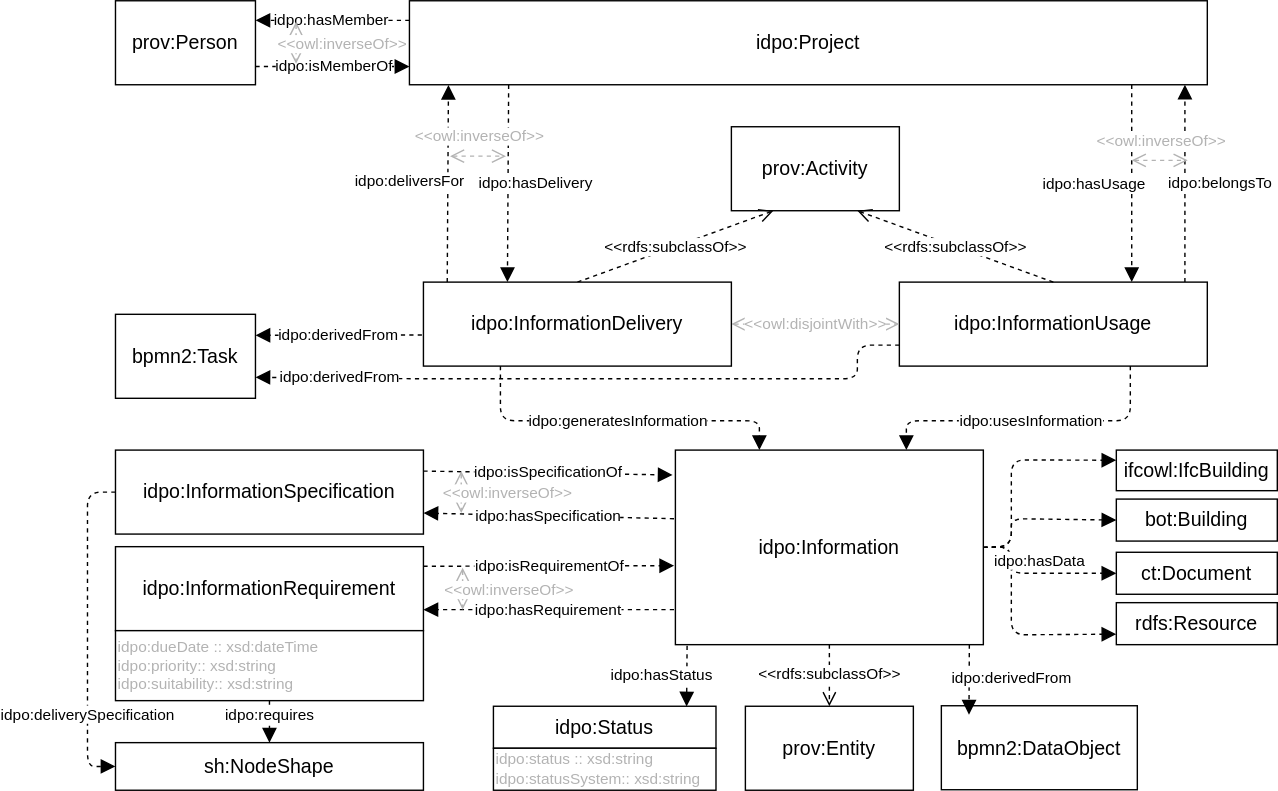
The draw.io diagram idpo.svg in RUB-Informatik-im-Bauwesen/idpo, before a commit. Source tidied: cells renumbered, new cells last; positions are measured from the earlier drawing's top-left corner, leaving out a move shared by most shapes. Source of this version:
```xml
<mxGraphModel>
  <root>
    <mxCell id="0" />
    <mxCell id="1" parent="0" />
    <mxCell id="2" value="idpo:Project" style="rounded=0;whiteSpace=wrap;html=1;fontSize=14;" parent="1" vertex="1">
      <mxGeometry x="230" width="570" height="60" as="geometry" />
    </mxCell>
    <mxCell id="3" value="idpo:Information" style="rounded=0;whiteSpace=wrap;html=1;fontSize=14;" parent="1" vertex="1">
      <mxGeometry x="420" y="321" width="220" height="139" as="geometry" />
    </mxCell>
    <mxCell id="4" value="idpo:InformationUsage" style="rounded=0;whiteSpace=wrap;html=1;fontSize=14;" parent="1" vertex="1">
      <mxGeometry x="580" y="201" width="220" height="60" as="geometry" />
    </mxCell>
    <mxCell id="5" value="idpo:InformationRequirement" style="rounded=0;whiteSpace=wrap;html=1;fontSize=14;" parent="1" vertex="1">
      <mxGeometry x="20" y="390" width="220" height="60" as="geometry" />
    </mxCell>
    <mxCell id="6" value="idpo:InformationSpecification" style="rounded=0;whiteSpace=wrap;html=1;fontSize=14;" parent="1" vertex="1">
      <mxGeometry x="20" y="321" width="220" height="60" as="geometry" />
    </mxCell>
    <mxCell id="7" value="prov:Entity" style="rounded=0;whiteSpace=wrap;html=1;fontSize=14;" parent="1" vertex="1">
      <mxGeometry x="470" y="504" width="120" height="60" as="geometry" />
    </mxCell>
    <mxCell id="8" value="prov:Activity" style="rounded=0;whiteSpace=wrap;html=1;fontSize=14;" parent="1" vertex="1">
      <mxGeometry x="460" y="90" width="120" height="60" as="geometry" />
    </mxCell>
    <mxCell id="9" value="&amp;lt;&amp;lt;rdfs:subclassOf&amp;gt;&amp;gt;" style="endArrow=open;endSize=8;endFill=0;html=1;entryX=0.25;entryY=1;entryDx=0;entryDy=0;exitX=0.5;exitY=0;exitDx=0;exitDy=0;dashed=1;" parent="1" edge="1" source="25" target="8">
      <mxGeometry relative="1" as="geometry" />
    </mxCell>
    <mxCell id="10" value="&amp;lt;&amp;lt;rdfs:subclassOf&amp;gt;&amp;gt;" style="endArrow=open;endSize=8;endFill=0;html=1;entryX=0.75;entryY=1;entryDx=0;entryDy=0;exitX=0.5;exitY=0;exitDx=0;exitDy=0;dashed=1;" parent="1" edge="1" source="4" target="8">
      <mxGeometry relative="1" as="geometry" />
    </mxCell>
    <mxCell id="11" value="&amp;lt;&amp;lt;owl:disjointWith&amp;gt;&amp;gt;" style="endArrow=open;endSize=8;endFill=0;html=1;exitX=1;exitY=0.5;exitDx=0;exitDy=0;dashed=1;startArrow=open;startFill=0;startSize=8;fontColor=#B3B3B3;strokeColor=#B3B3B3;" parent="1" edge="1" source="25" target="4">
      <mxGeometry relative="1" as="geometry" />
    </mxCell>
    <mxCell id="12" value="&amp;lt;&amp;lt;rdfs:subclassOf&amp;gt;&amp;gt;" style="endArrow=open;endSize=8;endFill=0;html=1;dashed=1;entryX=0.5;entryY=0;entryDx=0;entryDy=0;exitX=0.5;exitY=1;exitDx=0;exitDy=0;" parent="1" edge="1" source="3" target="7">
      <mxGeometry relative="1" as="geometry" />
    </mxCell>
    <mxCell id="13" value="idpo:deliversFor" style="endArrow=block;endSize=8;endFill=1;html=1;entryX=0.108;entryY=1.002;entryDx=0;entryDy=0;dashed=1;exitX=0.25;exitY=0;exitDx=0;exitDy=0;entryPerimeter=0;" parent="1" edge="1">
      <mxGeometry x="0.01" y="27" relative="1" as="geometry">
        <mxPoint x="257" y="201" as="sourcePoint" />
        <mxPoint x="257.9" y="60.1" as="targetPoint" />
      </mxGeometry>
    </mxCell>
    <mxCell id="14" value="idpo:generatesInformation" style="endArrow=block;endSize=8;endFill=1;html=1;dashed=1;exitX=0.25;exitY=1;exitDx=0;exitDy=0;" parent="1" edge="1" source="25">
      <mxGeometry relative="1" as="geometry">
        <mxPoint x="480" y="321" as="targetPoint" />
        <Array as="points">
          <mxPoint x="295" y="300" />
          <mxPoint x="480" y="300" />
        </Array>
      </mxGeometry>
    </mxCell>
    <mxCell id="15" value="idpo:usesInformation" style="endArrow=block;endSize=8;endFill=1;html=1;dashed=1;exitX=0.75;exitY=1;exitDx=0;exitDy=0;entryX=0.75;entryY=0;entryDx=0;entryDy=0;" parent="1" edge="1" source="4" target="3">
      <mxGeometry relative="1" as="geometry">
        <Array as="points">
          <mxPoint x="745" y="300" />
          <mxPoint x="585" y="300" />
        </Array>
      </mxGeometry>
    </mxCell>
    <mxCell id="16" value="idpo:hasSpecification" style="endArrow=block;endSize=8;endFill=1;html=1;entryX=1;entryY=0.75;entryDx=0;entryDy=0;dashed=1;" parent="1" edge="1" target="6">
      <mxGeometry relative="1" as="geometry">
        <mxPoint x="419" y="370" as="sourcePoint" />
      </mxGeometry>
    </mxCell>
    <mxCell id="17" value="idpo:hasRequirement" style="endArrow=block;endSize=8;endFill=1;html=1;entryX=1;entryY=0.75;entryDx=0;entryDy=0;dashed=1;" parent="1" edge="1">
      <mxGeometry relative="1" as="geometry">
        <mxPoint x="419" y="435" as="sourcePoint" />
        <mxPoint x="240" y="435" as="targetPoint" />
      </mxGeometry>
    </mxCell>
    <mxCell id="18" value="idpo:isSpecificationOf" style="endArrow=block;endSize=8;endFill=1;html=1;entryX=-0.009;entryY=0.128;entryDx=0;entryDy=0;dashed=1;exitX=1;exitY=0.25;exitDx=0;exitDy=0;entryPerimeter=0;" parent="1" edge="1" source="6" target="3">
      <mxGeometry relative="1" as="geometry" />
    </mxCell>
    <mxCell id="19" value="idpo:isRequirementOf" style="endArrow=block;endSize=8;endFill=1;html=1;entryX=-0.004;entryY=0.594;entryDx=0;entryDy=0;dashed=1;entryPerimeter=0;" parent="1" edge="1" target="3">
      <mxGeometry relative="1" as="geometry">
        <mxPoint x="240" y="404" as="sourcePoint" />
      </mxGeometry>
    </mxCell>
    <mxCell id="20" value="&amp;lt;&amp;lt;owl:inverseOf&amp;gt;&amp;gt;" style="endArrow=open;endSize=8;endFill=0;html=1;dashed=1;startArrow=open;startFill=0;startSize=8;fillColor=#f5f5f5;strokeColor=#B3B3B3;fontColor=#B3B3B3;" parent="1" edge="1">
      <mxGeometry y="33" relative="1" as="geometry">
        <mxPoint x="267" y="336" as="sourcePoint" />
        <mxPoint x="267" y="366" as="targetPoint" />
      </mxGeometry>
    </mxCell>
    <mxCell id="21" value="idpo:belongsTo" style="endArrow=block;endSize=8;endFill=1;html=1;dashed=1;exitX=0.75;exitY=0;exitDx=0;exitDy=0;" parent="1" edge="1">
      <mxGeometry x="0.01" y="-25" relative="1" as="geometry">
        <mxPoint x="784" y="201" as="sourcePoint" />
        <mxPoint x="784" y="60" as="targetPoint" />
      </mxGeometry>
    </mxCell>
    <mxCell id="22" value="bpmn2:Task" style="rounded=0;whiteSpace=wrap;html=1;fontSize=14;" parent="1" vertex="1">
      <mxGeometry x="20" y="224" width="100" height="60" as="geometry" />
    </mxCell>
    <mxCell id="23" value="idpo:derivedFrom" style="endArrow=block;endSize=8;endFill=1;html=1;entryX=1;entryY=0.25;entryDx=0;entryDy=0;dashed=1;exitX=-0.005;exitY=0.63;exitDx=0;exitDy=0;exitPerimeter=0;" parent="1" edge="1" source="25" target="22">
      <mxGeometry relative="1" as="geometry" />
    </mxCell>
    <mxCell id="24" value="idpo:derivedFrom" style="endArrow=block;endSize=8;endFill=1;html=1;entryX=1;entryY=0.75;entryDx=0;entryDy=0;dashed=1;exitX=0;exitY=0.75;exitDx=0;exitDy=0;" parent="1" edge="1" source="4" target="22">
      <mxGeometry x="0.75" y="-1" relative="1" as="geometry">
        <Array as="points">
          <mxPoint x="550" y="246" />
          <mxPoint x="550" y="270" />
          <mxPoint x="230" y="270" />
        </Array>
      </mxGeometry>
    </mxCell>
    <mxCell id="25" value="idpo:InformationDelivery" style="rounded=0;whiteSpace=wrap;html=1;fontSize=14;" parent="1" vertex="1">
      <mxGeometry x="240" y="201" width="220" height="60" as="geometry" />
    </mxCell>
    <mxCell id="26" value="prov:Person" style="rounded=0;whiteSpace=wrap;html=1;fontSize=14;" parent="1" vertex="1">
      <mxGeometry x="20" width="100" height="60" as="geometry" />
    </mxCell>
    <mxCell id="27" value="idpo:hasMember" style="endArrow=block;endSize=8;endFill=1;html=1;entryX=1;entryY=0.5;entryDx=0;entryDy=0;dashed=1;exitX=0;exitY=0.5;exitDx=0;exitDy=0;" parent="1" edge="1">
      <mxGeometry relative="1" as="geometry">
        <mxPoint x="230" y="14" as="sourcePoint" />
        <mxPoint x="120" y="14" as="targetPoint" />
      </mxGeometry>
    </mxCell>
    <mxCell id="28" value="idpo:isMemberOf" style="endArrow=block;endSize=8;endFill=1;html=1;entryX=1;entryY=0.5;entryDx=0;entryDy=0;dashed=1;exitX=0;exitY=0.5;exitDx=0;exitDy=0;" parent="1" edge="1">
      <mxGeometry relative="1" as="geometry">
        <mxPoint x="120" y="47" as="sourcePoint" />
        <mxPoint x="230" y="47" as="targetPoint" />
      </mxGeometry>
    </mxCell>
    <mxCell id="29" value="idpo:hasDelivery" style="endArrow=block;endSize=8;endFill=1;html=1;entryX=0.108;entryY=1.002;entryDx=0;entryDy=0;dashed=1;exitX=0.25;exitY=0;exitDx=0;exitDy=0;entryPerimeter=0;" parent="1" edge="1">
      <mxGeometry x="-0.01" y="20" relative="1" as="geometry">
        <mxPoint x="300.9" y="60.1" as="sourcePoint" />
        <mxPoint x="300" y="201" as="targetPoint" />
      </mxGeometry>
    </mxCell>
    <mxCell id="30" value="idpo:Status" style="rounded=0;whiteSpace=wrap;html=1;fontSize=14;" parent="1" vertex="1">
      <mxGeometry x="290" y="504" width="159" height="30" as="geometry" />
    </mxCell>
    <mxCell id="31" value="idpo:hasStatus" style="endArrow=block;endSize=8;endFill=1;html=1;entryX=0.868;entryY=0.005;entryDx=0;entryDy=0;dashed=1;entryPerimeter=0;exitX=0.038;exitY=1.006;exitDx=0;exitDy=0;exitPerimeter=0;" parent="1" edge="1" source="3" target="30">
      <mxGeometry x="-0.04" y="-18" relative="1" as="geometry" />
    </mxCell>
    <mxCell id="32" value="idpo:hasUsage" style="endArrow=block;endSize=8;endFill=1;html=1;dashed=1;exitX=0.75;exitY=0;exitDx=0;exitDy=0;" parent="1" edge="1">
      <mxGeometry x="-0.01" y="-27" relative="1" as="geometry">
        <mxPoint x="746" y="60" as="sourcePoint" />
        <mxPoint x="746" y="201" as="targetPoint" />
        <mxPoint y="1" as="offset" />
      </mxGeometry>
    </mxCell>
    <mxCell id="33" value="&amp;lt;&amp;lt;owl:inverseOf&amp;gt;&amp;gt;" style="endArrow=open;endSize=8;endFill=0;html=1;dashed=1;startArrow=open;startFill=0;startSize=8;fontColor=#B3B3B3;strokeColor=#B3B3B3;" parent="1" edge="1">
      <mxGeometry x="0.05" y="14" relative="1" as="geometry">
        <mxPoint x="746" y="114" as="sourcePoint" />
        <mxPoint x="786" y="114" as="targetPoint" />
      </mxGeometry>
    </mxCell>
    <mxCell id="34" value="&amp;lt;&amp;lt;owl:inverseOf&amp;gt;&amp;gt;" style="endArrow=open;endSize=8;endFill=0;html=1;dashed=1;startArrow=open;startFill=0;startSize=8;fontColor=#B3B3B3;strokeColor=#B3B3B3;" parent="1" edge="1">
      <mxGeometry x="0.05" y="14" relative="1" as="geometry">
        <mxPoint x="259" y="111" as="sourcePoint" />
        <mxPoint x="299" y="111" as="targetPoint" />
      </mxGeometry>
    </mxCell>
    <mxCell id="35" value="&amp;lt;&amp;lt;owl:inverseOf&amp;gt;&amp;gt;" style="endArrow=open;endSize=8;endFill=0;html=1;dashed=1;startArrow=open;startFill=0;startSize=8;fontColor=#B3B3B3;strokeColor=#B3B3B3;" parent="1" edge="1">
      <mxGeometry x="0.01" y="33" relative="1" as="geometry">
        <mxPoint x="149" y="15" as="sourcePoint" />
        <mxPoint x="149" y="45" as="targetPoint" />
      </mxGeometry>
    </mxCell>
    <mxCell id="36" value="bpmn2:DataObject" style="rounded=0;whiteSpace=wrap;html=1;fontSize=14;" parent="1" vertex="1">
      <mxGeometry x="610" y="503.6" width="140" height="60" as="geometry" />
    </mxCell>
    <mxCell id="37" value="idpo:derivedFrom" style="endArrow=block;endSize=8;endFill=1;html=1;entryX=0.141;entryY=0.106;entryDx=0;entryDy=0;dashed=1;entryPerimeter=0;" parent="1" edge="1" target="36">
      <mxGeometry x="-0.03" y="30" relative="1" as="geometry">
        <mxPoint x="630" y="460" as="sourcePoint" />
      </mxGeometry>
    </mxCell>
    <mxCell id="38" value="rdfs:Resource" style="rounded=0;whiteSpace=wrap;html=1;fontSize=14;" parent="1" vertex="1">
      <mxGeometry x="735" y="430" width="115" height="30" as="geometry" />
    </mxCell>
    <mxCell id="39" style="endArrow=block;endSize=8;endFill=1;html=1;dashed=1;exitX=1;exitY=0.5;exitDx=0;exitDy=0;entryX=0;entryY=0.75;entryDx=0;entryDy=0;" parent="1" edge="1" source="3" target="38">
      <mxGeometry x="0.3" relative="1" as="geometry">
        <Array as="points">
          <mxPoint x="660" y="390" />
          <mxPoint x="660" y="453" />
        </Array>
      </mxGeometry>
    </mxCell>
    <mxCell id="40" value="ifcowl:IfcBuilding" style="rounded=0;whiteSpace=wrap;html=1;fontSize=14;" parent="1" vertex="1">
      <mxGeometry x="735" y="321" width="115" height="29" as="geometry" />
    </mxCell>
    <mxCell id="41" style="endArrow=block;endSize=8;endFill=1;html=1;dashed=1;exitX=1;exitY=0.5;exitDx=0;exitDy=0;entryX=0;entryY=0.25;entryDx=0;entryDy=0;" parent="1" edge="1" source="3" target="40">
      <mxGeometry x="0.3" relative="1" as="geometry">
        <Array as="points">
          <mxPoint x="660" y="390" />
          <mxPoint x="660" y="328" />
        </Array>
      </mxGeometry>
    </mxCell>
    <mxCell id="42" value="idpo:status :: xsd:string&lt;br style=&quot;font-size: 11px;&quot;&gt;idpo:statusSystem:: xsd:string" style="rounded=0;whiteSpace=wrap;html=1;fontSize=11;fontColor=#B3B3B3;align=left;" parent="1" vertex="1">
      <mxGeometry x="290" y="534" width="159" height="30" as="geometry" />
    </mxCell>
    <mxCell id="43" value="&amp;lt;&amp;lt;owl:inverseOf&amp;gt;&amp;gt;" style="endArrow=open;endSize=8;endFill=0;html=1;dashed=1;startArrow=open;startFill=0;startSize=8;fontColor=#B3B3B3;strokeColor=#B3B3B3;" parent="1" edge="1">
      <mxGeometry x="0.01" y="33" relative="1" as="geometry">
        <mxPoint x="268" y="405" as="sourcePoint" />
        <mxPoint x="268" y="435" as="targetPoint" />
      </mxGeometry>
    </mxCell>
    <mxCell id="44" value="ct:Document" style="rounded=0;whiteSpace=wrap;html=1;fontSize=14;" parent="1" vertex="1">
      <mxGeometry x="735" y="394" width="115" height="30" as="geometry" />
    </mxCell>
    <mxCell id="45" value="bot:Building" style="rounded=0;whiteSpace=wrap;html=1;fontSize=14;" parent="1" vertex="1">
      <mxGeometry x="735" y="356" width="115" height="30" as="geometry" />
    </mxCell>
    <mxCell id="46" value="idpo:hasData" style="endArrow=block;endSize=8;endFill=1;html=1;dashed=1;exitX=1;exitY=0.5;exitDx=0;exitDy=0;entryX=0;entryY=0.5;entryDx=0;entryDy=0;" parent="1" edge="1" source="3" target="44">
      <mxGeometry x="0.04" y="9" relative="1" as="geometry">
        <Array as="points">
          <mxPoint x="660" y="390" />
          <mxPoint x="660" y="409" />
        </Array>
      </mxGeometry>
    </mxCell>
    <mxCell id="47" style="endArrow=block;endSize=8;endFill=1;html=1;dashed=1;exitX=1;exitY=0.5;exitDx=0;exitDy=0;entryX=0;entryY=0.5;entryDx=0;entryDy=0;" parent="1" edge="1" source="3" target="45">
      <mxGeometry x="0.3" relative="1" as="geometry">
        <Array as="points">
          <mxPoint x="660" y="390" />
          <mxPoint x="660" y="370" />
        </Array>
      </mxGeometry>
    </mxCell>
    <mxCell id="48" value="idpo:dueDate :: xsd:dateTime&lt;br style=&quot;font-size: 11px&quot;&gt;idpo:priority:: xsd:string&lt;br&gt;idpo:suitability:: xsd:string&amp;nbsp;" style="rounded=0;whiteSpace=wrap;html=1;fontSize=11;fontColor=#B3B3B3;align=left;" parent="1" vertex="1">
      <mxGeometry x="20" y="450" width="220" height="50" as="geometry" />
    </mxCell>
    <mxCell id="49" value="sh:NodeShape" style="rounded=0;whiteSpace=wrap;html=1;fontSize=14;" parent="1" vertex="1">
      <mxGeometry x="20" y="530" width="220" height="34" as="geometry" />
    </mxCell>
    <mxCell id="50" value="idpo:requires" style="endArrow=block;endSize=8;endFill=1;html=1;dashed=1;exitX=0.5;exitY=1;exitDx=0;exitDy=0;entryX=0.5;entryY=0;entryDx=0;entryDy=0;" parent="1" edge="1" source="48" target="49">
      <mxGeometry x="-0.33" relative="1" as="geometry" />
    </mxCell>
    <mxCell id="51" value="idpo:deliverySpecification" style="endArrow=block;endSize=8;endFill=1;html=1;entryX=0;entryY=0.5;entryDx=0;entryDy=0;dashed=1;exitX=0;exitY=0.5;exitDx=0;exitDy=0;" parent="1" edge="1" source="6" target="49">
      <mxGeometry x="0.52" relative="1" as="geometry">
        <Array as="points">
          <mxPoint y="351" />
          <mxPoint y="547" />
        </Array>
      </mxGeometry>
    </mxCell>
  </root>
</mxGraphModel>
```
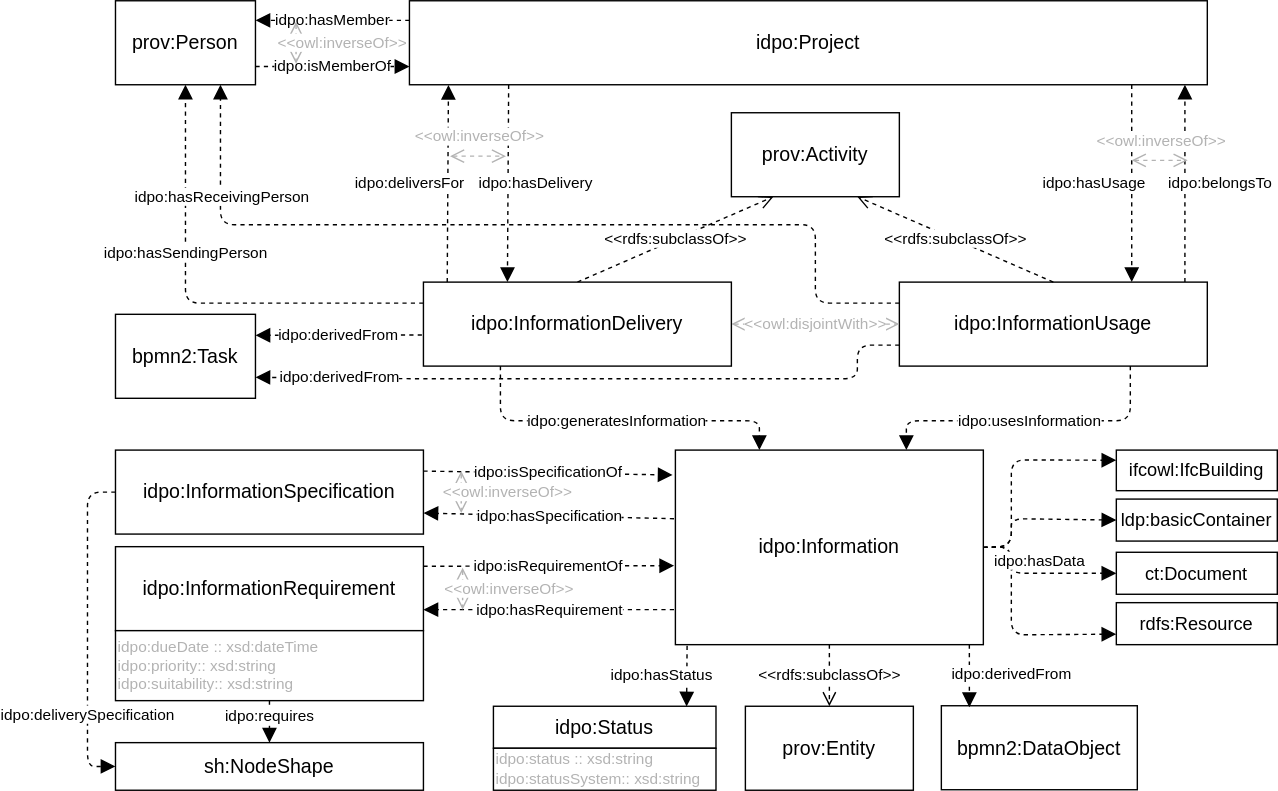
After the commit.

Diff of the diagram source:
```diff
@@ -21,7 +21,7 @@
       <mxGeometry x="470" y="504" width="120" height="60" as="geometry" />
     </mxCell>
     <mxCell id="8" value="prov:Activity" style="rounded=0;whiteSpace=wrap;html=1;fontSize=14;" parent="1" vertex="1">
-      <mxGeometry x="460" y="90" width="120" height="60" as="geometry" />
+      <mxGeometry x="460" y="80" width="120" height="60" as="geometry" />
     </mxCell>
     <mxCell id="9" value="&amp;lt;&amp;lt;rdfs:subclassOf&amp;gt;&amp;gt;" style="endArrow=open;endSize=8;endFill=0;html=1;entryX=0.25;entryY=1;entryDx=0;entryDy=0;exitX=0.5;exitY=0;exitDx=0;exitDy=0;dashed=1;" parent="1" edge="1" source="25" target="8">
       <mxGeometry relative="1" as="geometry" />
@@ -162,12 +162,12 @@
     <mxCell id="36" value="bpmn2:DataObject" style="rounded=0;whiteSpace=wrap;html=1;fontSize=14;" parent="1" vertex="1">
       <mxGeometry x="610" y="503.6" width="140" height="60" as="geometry" />
     </mxCell>
-    <mxCell id="37" value="idpo:derivedFrom" style="endArrow=block;endSize=8;endFill=1;html=1;entryX=0.141;entryY=0.106;entryDx=0;entryDy=0;dashed=1;entryPerimeter=0;" parent="1" edge="1" target="36">
+    <mxCell id="37" value="idpo:derivedFrom" style="endArrow=block;endSize=8;endFill=1;html=1;dashed=1;entryX=0.143;entryY=0.017;entryDx=0;entryDy=0;entryPerimeter=0;" parent="1" edge="1" target="36">
       <mxGeometry x="-0.03" y="30" relative="1" as="geometry">
         <mxPoint x="630" y="460" as="sourcePoint" />
       </mxGeometry>
     </mxCell>
-    <mxCell id="38" value="rdfs:Resource" style="rounded=0;whiteSpace=wrap;html=1;fontSize=14;" parent="1" vertex="1">
+    <mxCell id="38" value="rdfs:Resource" style="rounded=0;whiteSpace=wrap;html=1;fontSize=13;" parent="1" vertex="1">
       <mxGeometry x="735" y="430" width="115" height="30" as="geometry" />
     </mxCell>
     <mxCell id="39" style="endArrow=block;endSize=8;endFill=1;html=1;dashed=1;exitX=1;exitY=0.5;exitDx=0;exitDy=0;entryX=0;entryY=0.75;entryDx=0;entryDy=0;" parent="1" edge="1" source="3" target="38">
@@ -178,7 +178,7 @@
         </Array>
       </mxGeometry>
     </mxCell>
-    <mxCell id="40" value="ifcowl:IfcBuilding" style="rounded=0;whiteSpace=wrap;html=1;fontSize=14;" parent="1" vertex="1">
+    <mxCell id="40" value="ifcowl:IfcBuilding" style="rounded=0;whiteSpace=wrap;html=1;fontSize=13;" parent="1" vertex="1">
       <mxGeometry x="735" y="321" width="115" height="29" as="geometry" />
     </mxCell>
     <mxCell id="41" style="endArrow=block;endSize=8;endFill=1;html=1;dashed=1;exitX=1;exitY=0.5;exitDx=0;exitDy=0;entryX=0;entryY=0.25;entryDx=0;entryDy=0;" parent="1" edge="1" source="3" target="40">
@@ -198,10 +198,10 @@
         <mxPoint x="268" y="435" as="targetPoint" />
       </mxGeometry>
     </mxCell>
-    <mxCell id="44" value="ct:Document" style="rounded=0;whiteSpace=wrap;html=1;fontSize=14;" parent="1" vertex="1">
+    <mxCell id="44" value="ct:Document" style="rounded=0;whiteSpace=wrap;html=1;fontSize=13;" parent="1" vertex="1">
       <mxGeometry x="735" y="394" width="115" height="30" as="geometry" />
     </mxCell>
-    <mxCell id="45" value="bot:Building" style="rounded=0;whiteSpace=wrap;html=1;fontSize=14;" parent="1" vertex="1">
+    <mxCell id="45" value="ldp:basicContainer" style="rounded=0;whiteSpace=wrap;html=1;fontSize=13;" parent="1" vertex="1">
       <mxGeometry x="735" y="356" width="115" height="30" as="geometry" />
     </mxCell>
     <mxCell id="46" value="idpo:hasData" style="endArrow=block;endSize=8;endFill=1;html=1;dashed=1;exitX=1;exitY=0.5;exitDx=0;exitDy=0;entryX=0;entryY=0.5;entryDx=0;entryDy=0;" parent="1" edge="1" source="3" target="44">
@@ -237,5 +237,21 @@
         </Array>
       </mxGeometry>
     </mxCell>
+    <mxCell id="52" value="idpo:hasSendingPerson" style="endArrow=block;endSize=8;endFill=1;html=1;entryX=0.5;entryY=1;entryDx=0;entryDy=0;dashed=1;exitX=0;exitY=0.25;exitDx=0;exitDy=0;" parent="1" edge="1" source="25" target="26">
+      <mxGeometry x="0.26" relative="1" as="geometry">
+        <Array as="points">
+          <mxPoint x="70" y="216" />
+        </Array>
+      </mxGeometry>
+    </mxCell>
+    <mxCell id="53" value="idpo:hasReceivingPerson" style="endArrow=block;endSize=8;endFill=1;html=1;entryX=0.75;entryY=1;entryDx=0;entryDy=0;dashed=1;exitX=0;exitY=0.25;exitDx=0;exitDy=0;" parent="1" edge="1" source="4" target="26">
+      <mxGeometry x="0.75" y="-1" relative="1" as="geometry">
+        <Array as="points">
+          <mxPoint x="520" y="216" />
+          <mxPoint x="520" y="160" />
+          <mxPoint x="95" y="160" />
+        </Array>
+      </mxGeometry>
+    </mxCell>
   </root>
 </mxGraphModel>
```
